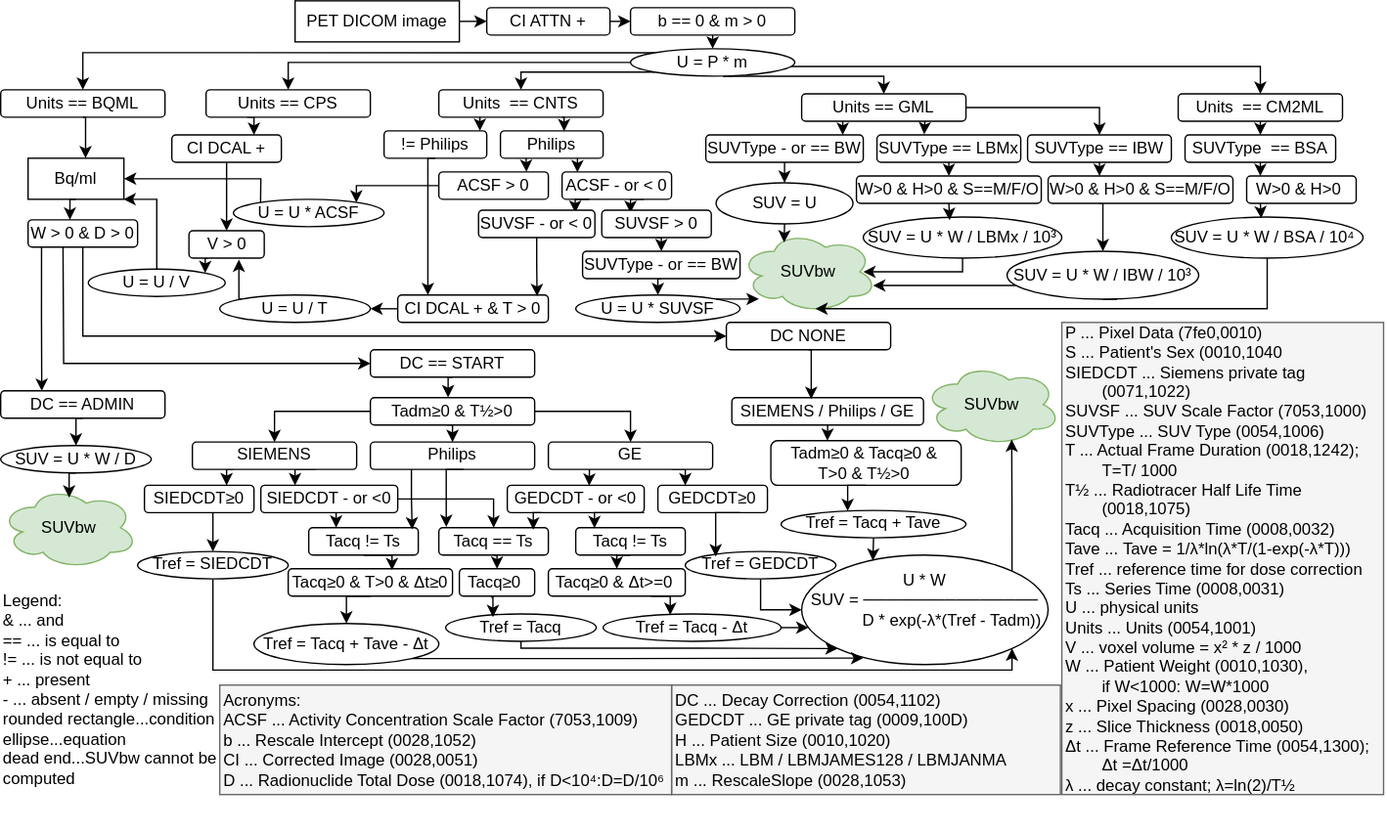
This is docs/Suppl_fig_1-SUV_computation_diagram.svg from oncoray/suv_computation, a draw.io export, as it was before one commit. Source tidied: cells renumbered, new cells last; positions are measured from the earlier drawing's top-left corner, leaving out a move shared by most shapes.
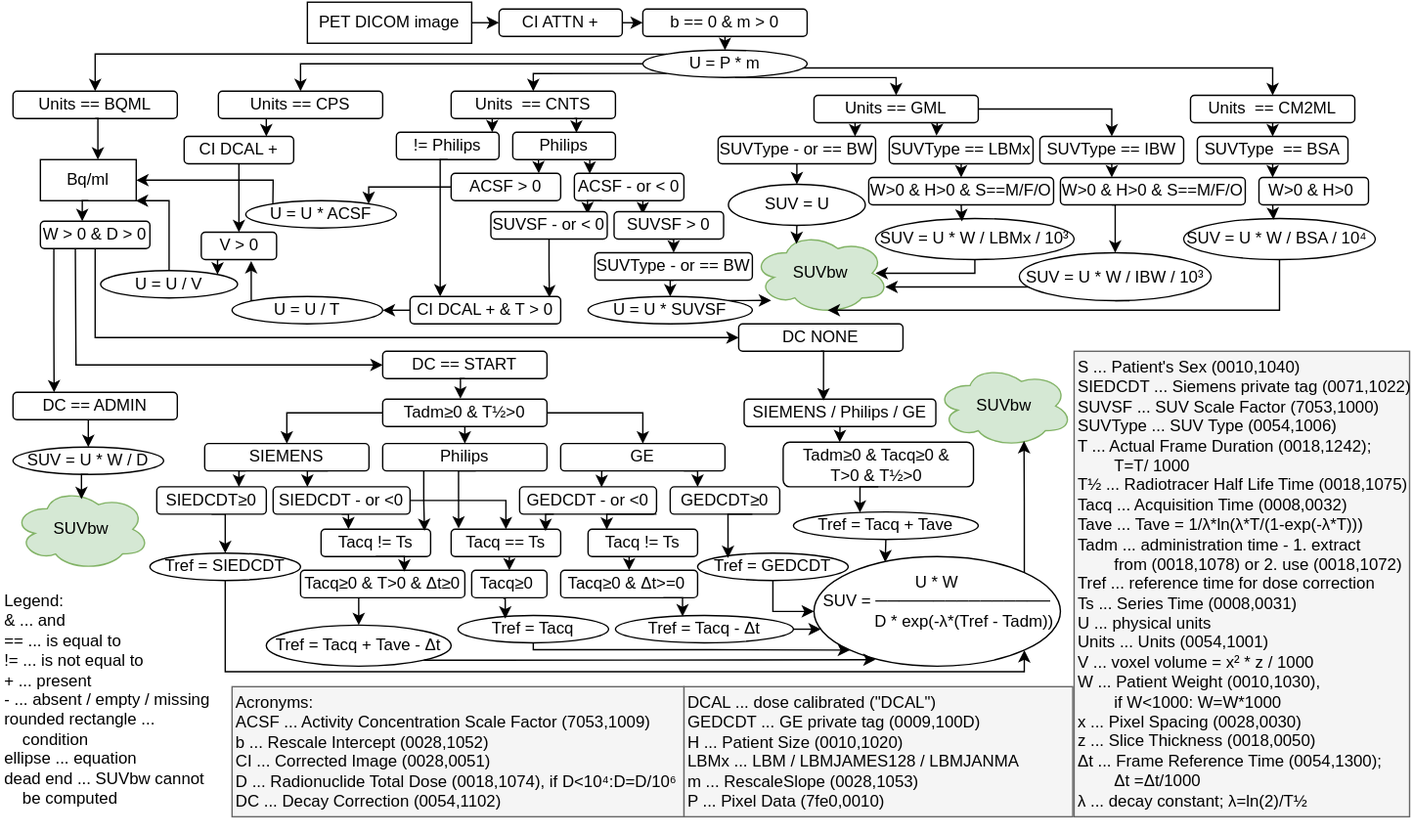
After the change.

Commit message:
Small fixes in the flowchart legend.

Change to the diagram source:
```diff
@@ -312,8 +312,8 @@
     <mxCell id="86" value="SUVbw" style="ellipse;shape=cloud;whiteSpace=wrap;html=1;fillColor=#d5e8d4;strokeColor=#82b366;" parent="1" vertex="1">
       <mxGeometry x="674" y="265" width="100" height="60" as="geometry" />
     </mxCell>
-    <mxCell id="87" value="&lt;div&gt;&lt;div&gt;&lt;br&gt;&lt;/div&gt;&lt;div&gt;&lt;span style=&quot;background-color: transparent;&quot;&gt;P ... Pixel Data (7fe0,0010)&lt;/span&gt;&lt;/div&gt;&lt;/div&gt;&lt;div&gt;&lt;span style=&quot;background-color: transparent;&quot;&gt;S ... Patient's Sex (0010,1040&lt;/span&gt;&lt;/div&gt;&lt;div&gt;&lt;div&gt;&lt;span style=&quot;font-size: 12px;&quot;&gt;SIEDCDT ... Siemens private tag &lt;span style=&quot;white-space: pre;&quot;&gt;&#9;&lt;/span&gt;(0071,1022)&lt;/span&gt;&lt;/div&gt;&lt;div&gt;&lt;span style=&quot;font-size: 12px;&quot;&gt;SUVSF ... SUV Scale Factor (7053,1000)&lt;/span&gt;&lt;/div&gt;&lt;div&gt;&lt;span style=&quot;font-size: 12px;&quot;&gt;SUVType ... SUV Type (0054,1006)&lt;/span&gt;&lt;/div&gt;&lt;div&gt;&lt;span style=&quot;font-size: 12px;&quot;&gt;T ... Actual Frame Duration (0018,1242); &lt;span style=&quot;white-space: pre;&quot;&gt;&#9;&lt;/span&gt;T=T/ 1000&lt;/span&gt;&lt;/div&gt;&lt;div&gt;&lt;span style=&quot;font-size: 12px;&quot;&gt;T½ ... Radiotracer Half Life Time &lt;span style=&quot;white-space: pre;&quot;&gt;&#9;&lt;/span&gt;(0018,1075)&lt;/span&gt;&lt;/div&gt;&lt;div&gt;&lt;span style=&quot;font-size: 12px;&quot;&gt;Tacq ... Acquisition Time (0008,0032)&lt;/span&gt;&lt;/div&gt;&lt;div&gt;&lt;span style=&quot;font-size: 12px;&quot;&gt;Tave ...&amp;nbsp;&lt;/span&gt;&lt;span style=&quot;background-color: transparent; color: light-dark(rgb(0, 0, 0), rgb(237, 237, 237));&quot;&gt;Tave = 1/λ*ln(λ*T/(1-exp(-λ*T)))&lt;/span&gt;&lt;/div&gt;&lt;div&gt;&lt;span style=&quot;font-size: 12px;&quot;&gt;Tref ... reference time for dose correction&lt;/span&gt;&lt;/div&gt;&lt;div&gt;&lt;span style=&quot;font-size: 12px;&quot;&gt;Ts ... Series Time (0008,0031)&lt;/span&gt;&lt;/div&gt;&lt;div&gt;&lt;span style=&quot;font-size: 12px;&quot;&gt;U ... physical units&lt;/span&gt;&lt;/div&gt;&lt;div&gt;&lt;span style=&quot;font-size: 12px;&quot;&gt;Units ... Units (0054,1001)&lt;/span&gt;&lt;/div&gt;&lt;div&gt;&lt;span style=&quot;font-size: 12px;&quot;&gt;V ... voxel volume = x² * z / 1000&lt;/span&gt;&lt;/div&gt;&lt;div&gt;&lt;span style=&quot;font-size: 12px;&quot;&gt;W ... Patient Weight (0010,1030),&amp;nbsp;&lt;/span&gt;&lt;/div&gt;&lt;div&gt;&lt;span style=&quot;background-color: transparent;&quot;&gt;&lt;span style=&quot;white-space: pre;&quot;&gt;&#9;&lt;/span&gt;if W&amp;lt;1000: W=W*1000&lt;/span&gt;&lt;/div&gt;&lt;div&gt;&lt;span style=&quot;font-size: 12px;&quot;&gt;x ... Pixel Spacing (0028,0030)&lt;/span&gt;&lt;/div&gt;&lt;div&gt;&lt;span style=&quot;font-size: 12px;&quot;&gt;z ... Slice Thickness (0018,0050)&lt;/span&gt;&lt;/div&gt;&lt;div&gt;&lt;span style=&quot;font-size: 12px;&quot;&gt;Δt ... Frame Reference Time (0054,1300); &lt;span style=&quot;white-space: pre;&quot;&gt;&#9;&lt;/span&gt;Δt =Δt/1000&lt;/span&gt;&lt;/div&gt;&lt;div&gt;&lt;span style=&quot;font-size: 12px;&quot;&gt;λ ... decay constant; λ=ln(2)/T½&lt;/span&gt;&lt;/div&gt;&lt;/div&gt;&lt;div&gt;&lt;span style=&quot;font-size: 12px;&quot;&gt;&lt;br&gt;&lt;/span&gt;&lt;/div&gt;" style="text;html=1;whiteSpace=wrap;align=left;verticalAlign=middle;rounded=0;fillColor=#f5f5f5;fontColor=#000000;strokeColor=#666666;spacingLeft=3;spacing=0;" parent="1" vertex="1">
-      <mxGeometry x="775" y="235" width="235" height="345" as="geometry" />
+    <mxCell id="87" value="&lt;div&gt;&lt;div&gt;&lt;span style=&quot;background-color: transparent; color: light-dark(rgb(0, 0, 0), rgb(237, 237, 237));&quot;&gt;S ... Patient's Sex (0010,1040)&lt;/span&gt;&lt;/div&gt;&lt;/div&gt;&lt;div&gt;&lt;div&gt;&lt;span style=&quot;font-size: 12px;&quot;&gt;SIEDCDT ... Siemens private tag (0071,1022)&lt;/span&gt;&lt;/div&gt;&lt;div&gt;&lt;span style=&quot;font-size: 12px;&quot;&gt;SUVSF ... SUV Scale Factor (7053,1000)&lt;/span&gt;&lt;/div&gt;&lt;div&gt;&lt;span style=&quot;font-size: 12px;&quot;&gt;SUVType ... SUV Type (0054,1006)&lt;/span&gt;&lt;/div&gt;&lt;div&gt;&lt;span style=&quot;font-size: 12px;&quot;&gt;T ... Actual Frame Duration (0018,1242); &lt;span style=&quot;white-space: pre;&quot;&gt;&#9;&lt;/span&gt;T=T/ 1000&lt;/span&gt;&lt;/div&gt;&lt;div&gt;&lt;span style=&quot;font-size: 12px;&quot;&gt;T½ ... Radiotracer Half Life Time (0018,1075)&lt;/span&gt;&lt;/div&gt;&lt;div&gt;&lt;span style=&quot;font-size: 12px;&quot;&gt;Tacq ... Acquisition Time (0008,0032)&lt;/span&gt;&lt;/div&gt;&lt;div&gt;&lt;span style=&quot;font-size: 12px;&quot;&gt;Tave ...&amp;nbsp;&lt;/span&gt;&lt;span style=&quot;background-color: transparent; color: light-dark(rgb(0, 0, 0), rgb(237, 237, 237));&quot;&gt;Tave = 1/λ*ln(λ*T/(1-exp(-λ*T)))&lt;/span&gt;&lt;/div&gt;&lt;div&gt;&lt;span style=&quot;background-color: transparent; color: light-dark(rgb(0, 0, 0), rgb(237, 237, 237));&quot;&gt;Tadm ... administration time - 1. extract&amp;nbsp; &amp;nbsp; &amp;nbsp; &lt;span style=&quot;white-space: pre;&quot;&gt;&#9;&lt;/span&gt;from&amp;nbsp;&lt;/span&gt;&lt;span style=&quot;font-size: 12px; white-space: normal;&quot;&gt;&lt;span style=&quot;background-color: transparent;&quot;&gt;(0018,1078) or 2. use&amp;nbsp;&lt;/span&gt;&lt;/span&gt;&lt;span style=&quot;background-color: transparent; color: light-dark(rgb(0, 0, 0), rgb(237, 237, 237));&quot;&gt;(0018,1072)&lt;/span&gt;&lt;/div&gt;&lt;div&gt;&lt;span style=&quot;font-size: 12px;&quot;&gt;Tref ... reference time for dose correction&lt;/span&gt;&lt;/div&gt;&lt;div&gt;&lt;span style=&quot;font-size: 12px;&quot;&gt;Ts ... Series Time (0008,0031)&lt;/span&gt;&lt;/div&gt;&lt;div&gt;&lt;span style=&quot;font-size: 12px;&quot;&gt;U ... physical units&lt;/span&gt;&lt;/div&gt;&lt;div&gt;&lt;span style=&quot;font-size: 12px;&quot;&gt;Units ... Units (0054,1001)&lt;/span&gt;&lt;/div&gt;&lt;div&gt;&lt;span style=&quot;font-size: 12px;&quot;&gt;V ... voxel volume = x² * z / 1000&lt;/span&gt;&lt;/div&gt;&lt;div&gt;&lt;span style=&quot;font-size: 12px;&quot;&gt;W ... Patient Weight (0010,1030),&amp;nbsp;&lt;/span&gt;&lt;/div&gt;&lt;div&gt;&lt;span style=&quot;background-color: transparent;&quot;&gt;&lt;span style=&quot;white-space: pre;&quot;&gt;&#9;&lt;/span&gt;if W&amp;lt;1000: W=W*1000&lt;/span&gt;&lt;/div&gt;&lt;div&gt;&lt;span style=&quot;font-size: 12px;&quot;&gt;x ... Pixel Spacing (0028,0030)&lt;/span&gt;&lt;/div&gt;&lt;div&gt;&lt;span style=&quot;font-size: 12px;&quot;&gt;z ... Slice Thickness (0018,0050)&lt;/span&gt;&lt;/div&gt;&lt;div&gt;&lt;span style=&quot;font-size: 12px;&quot;&gt;Δt ... Frame Reference Time (0054,1300); &lt;span style=&quot;white-space: pre;&quot;&gt;&#9;&lt;/span&gt;Δt =Δt/1000&lt;/span&gt;&lt;/div&gt;&lt;div&gt;&lt;span style=&quot;font-size: 12px;&quot;&gt;λ ... decay constant; λ=ln(2)/T½&lt;/span&gt;&lt;/div&gt;&lt;/div&gt;" style="text;html=1;whiteSpace=wrap;align=left;verticalAlign=middle;rounded=0;fillColor=#f5f5f5;fontColor=#000000;strokeColor=#666666;spacingLeft=3;spacing=0;" parent="1" vertex="1">
+      <mxGeometry x="775" y="255" width="245" height="340" as="geometry" />
     </mxCell>
     <mxCell id="88" style="edgeStyle=orthogonalEdgeStyle;rounded=0;jettySize=auto;html=1;exitX=0.5;exitY=1;exitDx=0;exitDy=0;entryX=0.5;entryY=0;entryDx=0;entryDy=0;" parent="1" edge="1" source="89" target="26">
       <mxGeometry relative="1" as="geometry" />
@@ -335,11 +335,11 @@
         <mxPoint x="30" y="285" as="targetPoint" />
       </mxGeometry>
     </mxCell>
-    <mxCell id="94" value="Legend:&#10;&amp; ... and&#10;== ... is equal to&#10;!= ... is not equal to&#10;+ ... present&#10;- ... absent / empty / missing&#10;rounded rectangle...condition&#10;ellipse...equation&#10;dead end...SUVbw cannot be computed" style="text;whiteSpace=wrap;" parent="1" vertex="1">
-      <mxGeometry y="425" width="160" height="155" as="geometry" />
+    <mxCell id="94" value="Legend:&#10;&amp; ... and&#10;== ... is equal to&#10;!= ... is not equal to&#10;+ ... present&#10;- ... absent / empty / missing&#10;rounded rectangle ...     condition&#10;ellipse ... equation&#10;dead end ... SUVbw cannot     be computed" style="text;whiteSpace=wrap;" parent="1" vertex="1">
+      <mxGeometry x="-8" y="424" width="158" height="170" as="geometry" />
     </mxCell>
-    <mxCell id="95" value="DC ... Decay Correction (0054,1102) &#10;GEDCDT ... GE private tag (0009,100D) &#10;H ... Patient Size (0010,1020)&#10;LBMx ... LBM / LBMJAMES128 / LBMJANMA &#10;m ... RescaleSlope (0028,1053) " style="text;whiteSpace=wrap;fillColor=#f5f5f5;fontColor=#000000;strokeColor=#666666;spacingLeft=3;spacing=0;" parent="1" vertex="1">
-      <mxGeometry x="490" y="500" width="284" height="80" as="geometry" />
+    <mxCell id="95" value="DCAL ... dose calibrated (&quot;DCAL&quot;)&#10;GEDCDT ... GE private tag (0009,100D) &#10;H ... Patient Size (0010,1020)&#10;LBMx ... LBM / LBMJAMES128 / LBMJANMA &#10;m ... RescaleSlope (0028,1053)&#10;P ... Pixel Data (7fe0,0010)" style="text;whiteSpace=wrap;fillColor=#f5f5f5;fontColor=#000000;strokeColor=#666666;spacingLeft=3;spacing=0;" parent="1" vertex="1">
+      <mxGeometry x="490" y="500" width="284" height="95" as="geometry" />
     </mxCell>
     <mxCell id="96" value="W &amp;gt; 0 &amp;amp; D &amp;gt; 0" style="rounded=1;whiteSpace=wrap;html=1;" parent="1" vertex="1">
       <mxGeometry x="20" y="160" width="80" height="20" as="geometry" />
@@ -389,8 +389,8 @@
         <mxPoint x="920" y="148" as="sourcePoint" />
       </mxGeometry>
     </mxCell>
-    <mxCell id="108" value="Acronyms:&#10;ACSF ... Activity Concentration Scale Factor (7053,1009)&#10;b ... Rescale Intercept (0028,1052)&#10;CI ... Corrected Image (0028,0051)&#10;D ... Radionuclide Total Dose (0018,1074), if D&lt;10⁴:D=D/10⁶&#10;&#10;" style="text;whiteSpace=wrap;fillColor=#f5f5f5;fontColor=#000000;strokeColor=#666666;spacingLeft=3;spacing=0;" parent="1" vertex="1">
-      <mxGeometry x="160" y="500" width="330" height="80" as="geometry" />
+    <mxCell id="108" value="Acronyms:&#10;ACSF ... Activity Concentration Scale Factor (7053,1009)&#10;b ... Rescale Intercept (0028,1052)&#10;CI ... Corrected Image (0028,0051)&#10;D ... Radionuclide Total Dose (0018,1074), if D&lt;10⁴:D=D/10⁶&#10;DC ... Decay Correction (0054,1102)&#10;" style="text;whiteSpace=wrap;fillColor=#f5f5f5;fontColor=#000000;strokeColor=#666666;spacingLeft=3;spacing=0;" parent="1" vertex="1">
+      <mxGeometry x="160" y="500" width="330" height="95" as="geometry" />
     </mxCell>
     <mxCell id="109" value="Tadm≥0 &amp;amp; Tacq≥0 &amp;amp;&amp;nbsp;&lt;div&gt;T&amp;gt;0 &amp;amp;&amp;nbsp;&lt;span style=&quot;text-align: left;&quot;&gt;T½&amp;gt;0&lt;/span&gt;&amp;nbsp;&lt;/div&gt;" style="rounded=1;whiteSpace=wrap;html=1;" parent="1" vertex="1">
       <mxGeometry x="562.5" y="321.4" width="139" height="32.6" as="geometry" />
```
